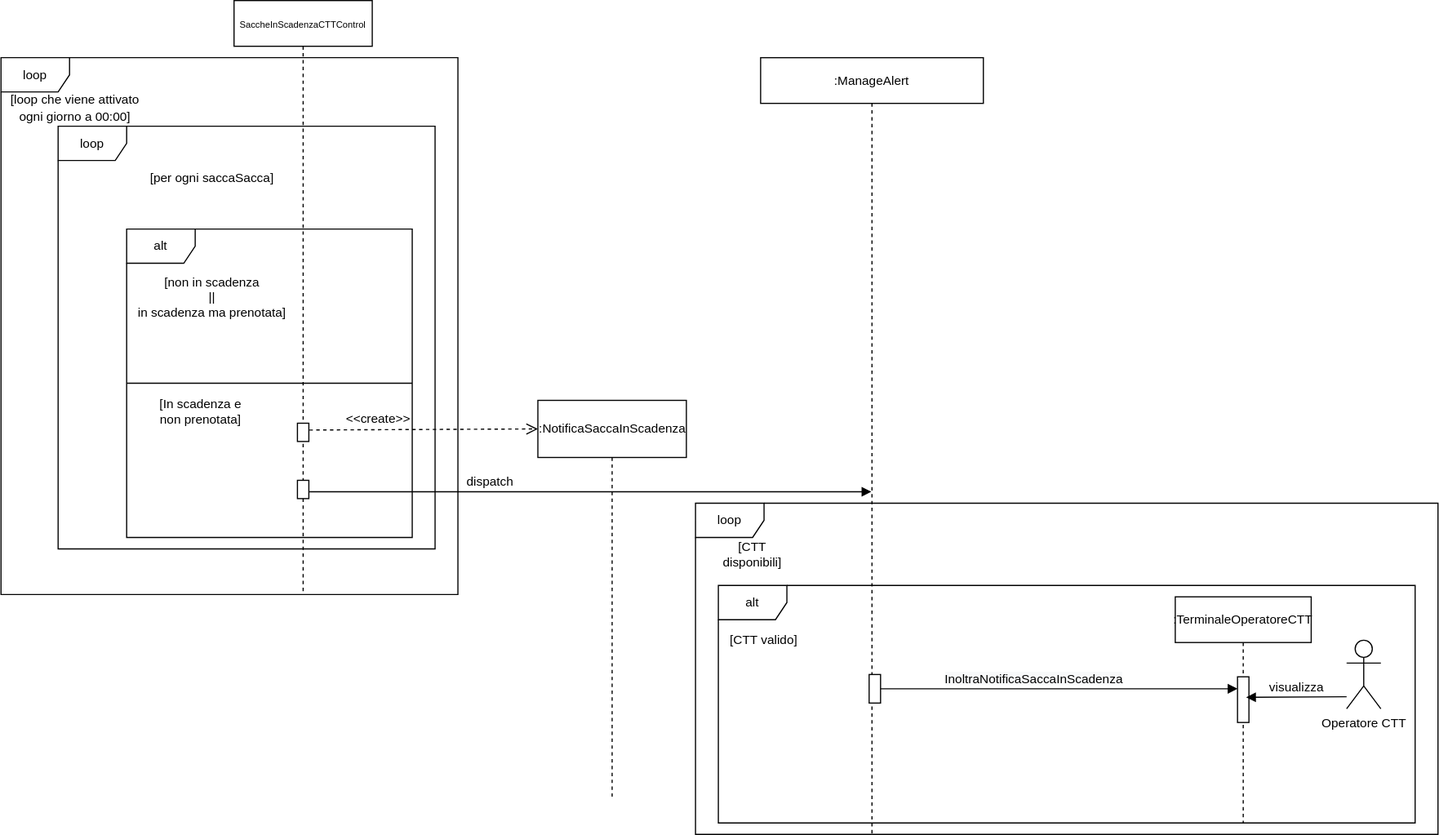
Before: System Definition/Editabili/Sequence diagrams/.svg/InoltroAlert.svg, a diagram exported from draw.io (MarcoRuta/Sistema-gestione-CCS-CTT-UnaRegione). Source tidied: cells renumbered, new cells last; positions are measured from the earlier drawing's top-left corner, leaving out a move shared by most shapes.
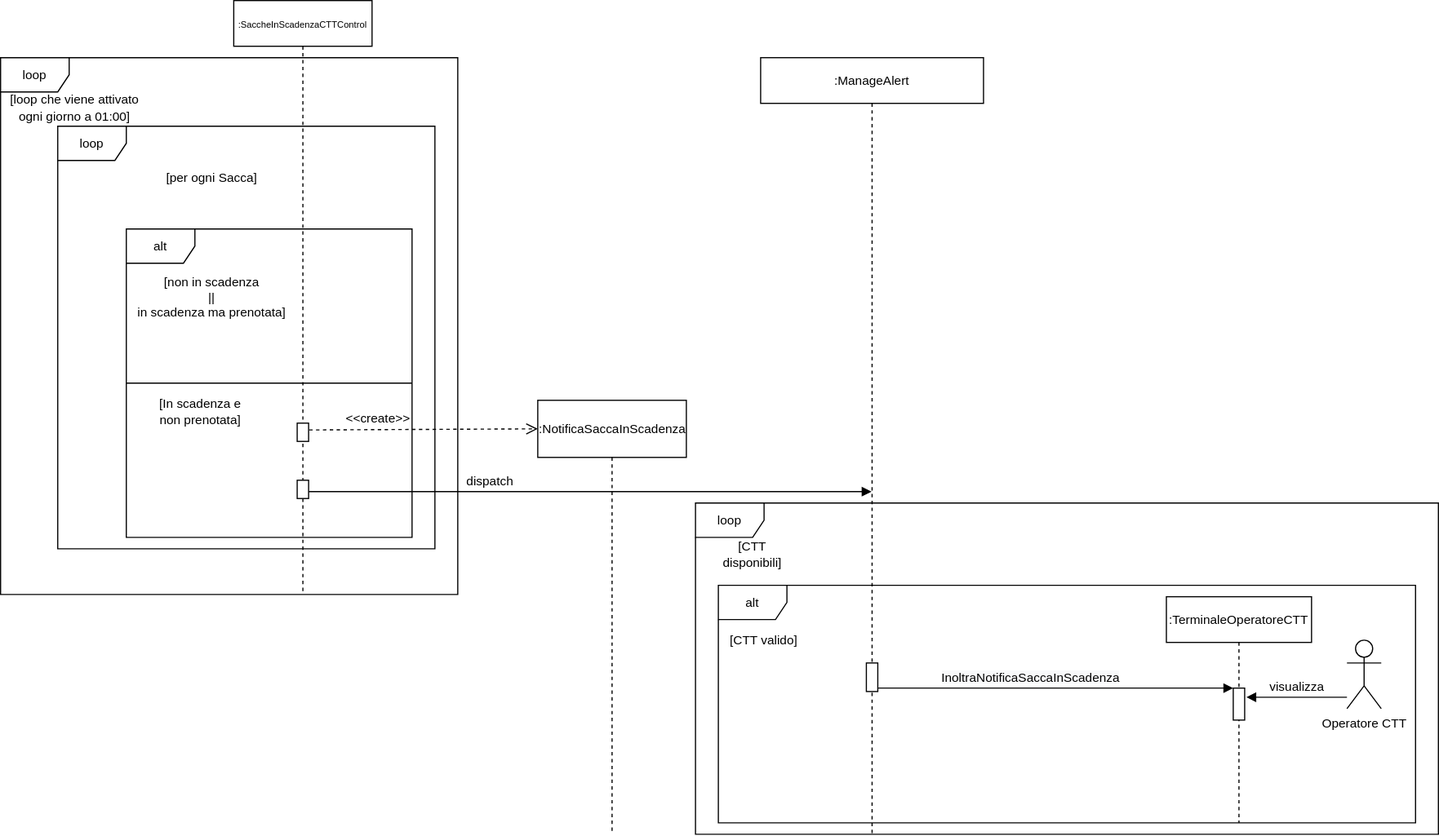
The same file after the commit.

The edit, as a diff of the source:
```diff
@@ -27,7 +27,7 @@
     <mxCell id="8" value="alt" style="shape=umlFrame;whiteSpace=wrap;html=1;fontSize=11;" parent="1" vertex="1">
       <mxGeometry x="110" y="200" width="250" height="270" as="geometry" />
     </mxCell>
-    <mxCell id="9" value="&lt;br&gt;&lt;font style=&quot;font-size: 8px&quot;&gt;SaccheInScadenzaCTTControl&lt;/font&gt;&lt;br&gt;&lt;span style=&quot;color: rgba(0 , 0 , 0 , 0) ; font-family: monospace ; font-size: 0px&quot;&gt;%3CmxGraphModel%3E%3Croot%3E%3CmxCell%20id%3D%220%22%2F%3E%3CmxCell%20id%3D%221%22%20parent%3D%220%22%2F%3E%3CmxCell%20id%3D%222%22%20value%3D%22%3AManageAlertControl%22%20style%3D%22shape%3DumlLifeline%3Bperimeter%3DlifelinePerimeter%3BwhiteSpace%3Dwrap%3Bhtml%3D1%3Bcontainer%3D1%3Bcollapsible%3D0%3BrecursiveResize%3D0%3BoutlineConnect%3D0%3BfontSize%3D11%3Bsize%3D40%3B%22%20vertex%3D%221%22%20parent%3D%221%22%3E%3CmxGeometry%20x%3D%22560%22%20y%3D%22118%22%20width%3D%22100%22%20height%3D%22400%22%20as%3D%22geometry%22%2F%3E%3C%2FmxCell%3E%3C%2Froot%3E%3C%2FmxGraphModel%3EA&lt;/span&gt;" style="shape=umlLifeline;perimeter=lifelinePerimeter;whiteSpace=wrap;html=1;fontSize=11;size=40;" parent="1" vertex="1">
+    <mxCell id="9" value="&lt;br&gt;&lt;font style=&quot;font-size: 8px&quot;&gt;:SaccheInScadenzaCTTControl&lt;/font&gt;&lt;br&gt;&lt;span style=&quot;color: rgba(0 , 0 , 0 , 0) ; font-family: monospace ; font-size: 0px&quot;&gt;%3CmxGraphModel%3E%3Croot%3E%3CmxCell%20id%3D%220%22%2F%3E%3CmxCell%20id%3D%221%22%20parent%3D%220%22%2F%3E%3CmxCell%20id%3D%222%22%20value%3D%22%3AManageAlertControl%22%20style%3D%22shape%3DumlLifeline%3Bperimeter%3DlifelinePerimeter%3BwhiteSpace%3Dwrap%3Bhtml%3D1%3Bcontainer%3D1%3Bcollapsible%3D0%3BrecursiveResize%3D0%3BoutlineConnect%3D0%3BfontSize%3D11%3Bsize%3D40%3B%22%20vertex%3D%221%22%20parent%3D%221%22%3E%3CmxGeometry%20x%3D%22560%22%20y%3D%22118%22%20width%3D%22100%22%20height%3D%22400%22%20as%3D%22geometry%22%2F%3E%3C%2FmxCell%3E%3C%2Froot%3E%3C%2FmxGraphModel%3EA&lt;/span&gt;" style="shape=umlLifeline;perimeter=lifelinePerimeter;whiteSpace=wrap;html=1;fontSize=11;size=40;" parent="1" vertex="1">
       <mxGeometry x="204" width="121" height="520" as="geometry" />
     </mxCell>
     <mxCell id="10" style="html=1;perimeter=orthogonalPerimeter;fontSize=11;" parent="9" vertex="1">
@@ -36,7 +36,7 @@
     <mxCell id="11" style="html=1;perimeter=orthogonalPerimeter;fontSize=11;" parent="9" vertex="1">
       <mxGeometry x="55.5" y="420" width="10" height="16" as="geometry" />
     </mxCell>
-    <mxCell id="12" value="[per ogni saccaSacca]" style="text;html=1;strokeColor=none;fillColor=none;align=center;verticalAlign=middle;whiteSpace=wrap;rounded=0;fontSize=11;" parent="1" vertex="1">
+    <mxCell id="12" value="[per ogni Sacca]" style="text;html=1;strokeColor=none;fillColor=none;align=center;verticalAlign=middle;whiteSpace=wrap;rounded=0;fontSize=11;" parent="1" vertex="1">
       <mxGeometry x="120" y="140" width="130" height="30" as="geometry" />
     </mxCell>
     <mxCell id="13" value="[In scadenza e non prenotata]" style="text;html=1;strokeColor=none;fillColor=none;align=center;verticalAlign=middle;whiteSpace=wrap;rounded=0;fontSize=11;" parent="1" vertex="1">
@@ -52,7 +52,7 @@
       <mxGeometry x="665" y="50" width="195" height="680" as="geometry" />
     </mxCell>
     <mxCell id="17" style="html=1;points=[];perimeter=orthogonalPerimeter;fontSize=11;" parent="16" vertex="1">
-      <mxGeometry x="95" y="540" width="10" height="25" as="geometry" />
+      <mxGeometry x="92.5" y="530" width="10" height="25" as="geometry" />
     </mxCell>
     <mxCell id="18" value="[CTT disponibili]" style="text;html=1;strokeColor=none;fillColor=none;align=center;verticalAlign=middle;whiteSpace=wrap;rounded=0;fontSize=11;" parent="1" vertex="1">
       <mxGeometry x="618" y="470" width="80" height="30" as="geometry" />
@@ -64,21 +64,21 @@
       <mxGeometry x="-0.14" relative="1" as="geometry" />
     </mxCell>
     <mxCell id="21" value=":TerminaleOperatoreCTT" style="shape=umlLifeline;perimeter=lifelinePerimeter;whiteSpace=wrap;html=1;fontSize=11;" parent="1" vertex="1">
-      <mxGeometry x="1028" y="522" width="119" height="198" as="geometry" />
+      <mxGeometry x="1020" y="522" width="127" height="198" as="geometry" />
     </mxCell>
     <mxCell id="22" style="html=1;points=[];perimeter=orthogonalPerimeter;fontSize=11;" parent="21" vertex="1">
-      <mxGeometry x="54.5" y="70" width="10" height="40" as="geometry" />
+      <mxGeometry x="58.5" y="80" width="10" height="28" as="geometry" />
     </mxCell>
     <mxCell id="23" value="visualizza" style="html=1;verticalAlign=bottom;endArrow=block;fontSize=11;" parent="1" edge="1">
       <mxGeometry relative="1" as="geometry">
-        <mxPoint x="1178" y="609.5" as="sourcePoint" />
+        <mxPoint x="1178" y="610" as="sourcePoint" />
         <mxPoint x="1090" y="610" as="targetPoint" />
       </mxGeometry>
     </mxCell>
     <mxCell id="24" value="Operatore CTT" style="shape=umlActor;verticalLabelPosition=bottom;verticalAlign=top;html=1;fontSize=11;" parent="1" vertex="1">
       <mxGeometry x="1178" y="560" width="30" height="60" as="geometry" />
     </mxCell>
-    <mxCell id="25" value="&lt;font style=&quot;font-size: 11px&quot;&gt;[loop che viene attivato ogni giorno a 00:00]&lt;/font&gt;" style="text;html=1;strokeColor=none;fillColor=none;align=center;verticalAlign=middle;whiteSpace=wrap;rounded=0;" parent="1" vertex="1">
+    <mxCell id="25" value="&lt;font style=&quot;font-size: 11px&quot;&gt;[loop che viene attivato ogni giorno a 01:00]&lt;/font&gt;" style="text;html=1;strokeColor=none;fillColor=none;align=center;verticalAlign=middle;whiteSpace=wrap;rounded=0;" parent="1" vertex="1">
       <mxGeometry y="84" width="130" height="20" as="geometry" />
     </mxCell>
     <mxCell id="26" style="line;strokeWidth=1;fillColor=none;align=left;verticalAlign=middle;spacingTop=-1;spacingLeft=3;spacingRight=3;labelPosition=right;fontSize=11;" parent="1" vertex="1">
@@ -86,7 +86,7 @@
     </mxCell>
     <mxCell id="27" style="endArrow=none;dashed=1;html=1;exitX=0.5;exitY=1;exitDx=0;exitDy=0;" parent="1" edge="1" source="15">
       <mxGeometry relative="1" as="geometry">
-        <mxPoint x="535" y="700" as="targetPoint" />
+        <mxPoint x="535" y="730" as="targetPoint" />
       </mxGeometry>
     </mxCell>
   </root>
```
